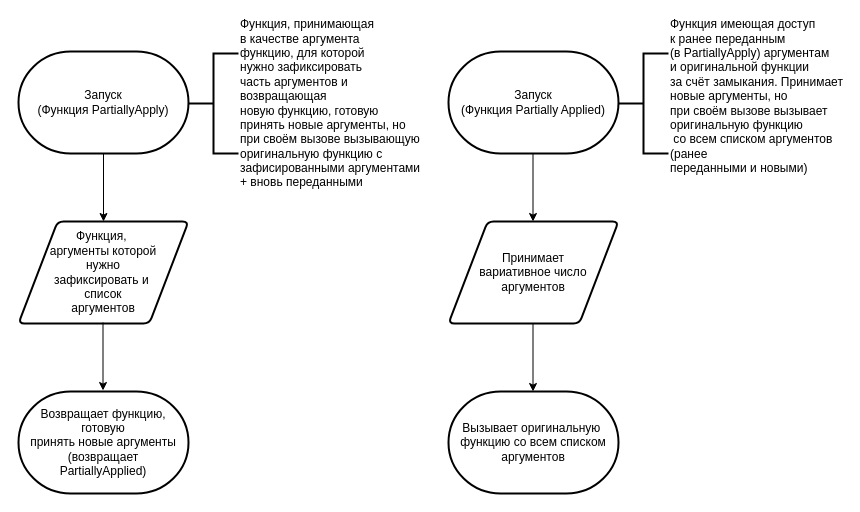
Above: docs/fp-patterns/flowcharts/partial-application.drawio in evgenylyozin/patterns (draw.io), before the change. Source tidied: cells renumbered, new cells numbered last; positions are measured from the earlier drawing's top-left corner, leaving out a move shared by most shapes. Both pictures are drawn from the tidied source at 100%, with x=0, y=0 at pixel (18, 51).
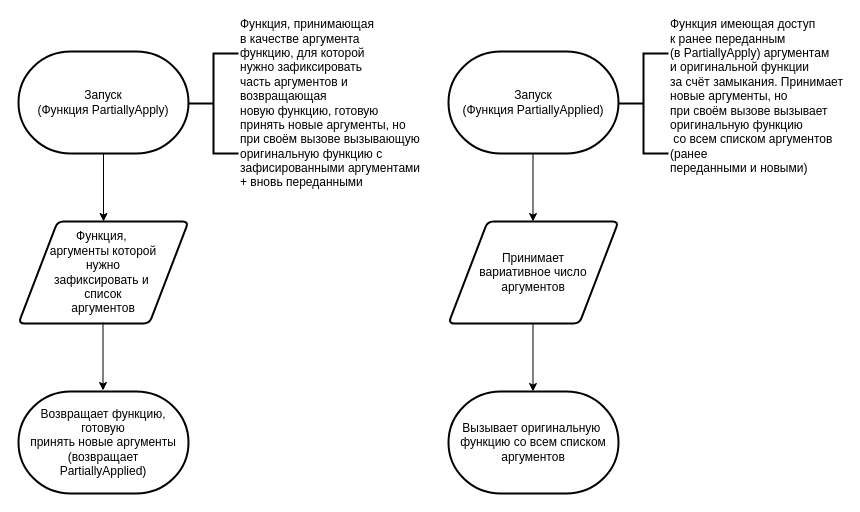
The same diagram, later.

Commit message (it also covers changes not shown here):
Исправить опечатку в наименовании функции

What changed in the source:
```diff
@@
 <mxGraphModel>
   <root>
     <mxCell id="0" />
     <mxCell id="1" parent="0" />
     <mxCell id="2" value="Запуск&lt;br&gt;(Функция PartiallyApply)" style="strokeWidth=2;html=1;shape=mxgraph.flowchart.terminator;whiteSpace=wrap;" parent="1" vertex="1">
       <mxGeometry width="170" height="102" as="geometry" />
     </mxCell>
     <mxCell id="3" value="Функция,&amp;nbsp;&lt;br&gt;аргументы которой&lt;br&gt;нужно&lt;br&gt;зафиксировать и&amp;nbsp;&lt;br&gt;список&lt;br&gt;аргументов" style="shape=parallelogram;html=1;strokeWidth=2;perimeter=parallelogramPerimeter;whiteSpace=wrap;rounded=1;arcSize=12;size=0.23;" parent="1" vertex="1">
       <mxGeometry y="170" width="170" height="102" as="geometry" />
     </mxCell>
     <mxCell id="4" style="endArrow=classic;html=1;exitX=0.5;exitY=1;exitDx=0;exitDy=0;exitPerimeter=0;entryX=0.5;entryY=0;entryDx=0;entryDy=0;" parent="1" edge="1" source="2" target="3">
       <mxGeometry relative="1" as="geometry" />
     </mxCell>
     <mxCell id="5" value="&lt;span style=&quot;text-align: left;&quot;&gt;Возвращает функцию, готовую&lt;/span&gt;&lt;br style=&quot;text-align: left;&quot;&gt;&lt;span style=&quot;text-align: left;&quot;&gt;принять новые аргументы&lt;/span&gt;&lt;br&gt;(возвращает &lt;br&gt;PartiallyApplied)" style="strokeWidth=2;html=1;shape=mxgraph.flowchart.terminator;whiteSpace=wrap;" parent="1" vertex="1">
       <mxGeometry y="340" width="170" height="102" as="geometry" />
     </mxCell>
     <mxCell id="6" style="endArrow=classic;html=1;exitX=0.5;exitY=1;exitDx=0;exitDy=0;exitPerimeter=0;entryX=0.5;entryY=0;entryDx=0;entryDy=0;" parent="1" edge="1">
       <mxGeometry relative="1" as="geometry">
         <mxPoint x="84.5" y="271" as="sourcePoint" />
         <mxPoint x="84.5" y="339" as="targetPoint" />
       </mxGeometry>
     </mxCell>
     <mxCell id="7" value="Функция, принимающая&lt;br&gt;в качестве аргумента&lt;br&gt;функцию, для которой&lt;br&gt;нужно зафиксировать&lt;br&gt;часть аргументов и&amp;nbsp;&lt;br&gt;возвращающая&amp;nbsp;&lt;br&gt;новую функцию, готовую&lt;br&gt;принять новые аргументы, но&lt;br&gt;при своём вызове вызывающую&lt;br&gt;оригинальную функцию с&amp;nbsp;&lt;br&gt;зафисированными аргументами&lt;br&gt;+ вновь переданными" style="strokeWidth=2;html=1;shape=mxgraph.flowchart.annotation_2;align=left;labelPosition=right;" parent="1" vertex="1">
       <mxGeometry x="170" y="2" width="50" height="100" as="geometry" />
     </mxCell>
-    <mxCell id="8" value="Запуск&lt;br&gt;(Функция Partially Applied)" style="strokeWidth=2;html=1;shape=mxgraph.flowchart.terminator;whiteSpace=wrap;" parent="1" vertex="1">
+    <mxCell id="8" value="Запуск&lt;br&gt;(Функция PartiallyApplied)" style="strokeWidth=2;html=1;shape=mxgraph.flowchart.terminator;whiteSpace=wrap;" parent="1" vertex="1">
       <mxGeometry x="430" width="170" height="102" as="geometry" />
     </mxCell>
     <mxCell id="9" style="endArrow=classic;html=1;exitX=0.5;exitY=1;exitDx=0;exitDy=0;exitPerimeter=0;entryX=0.5;entryY=0;entryDx=0;entryDy=0;" parent="1" edge="1">
       <mxGeometry relative="1" as="geometry">
         <mxPoint x="514.5" y="102" as="sourcePoint" />
         <mxPoint x="514.5" y="170" as="targetPoint" />
       </mxGeometry>
     </mxCell>
     <mxCell id="10" value="Принимает&lt;br&gt;вариативное число&lt;br&gt;аргументов" style="shape=parallelogram;html=1;strokeWidth=2;perimeter=parallelogramPerimeter;whiteSpace=wrap;rounded=1;arcSize=12;size=0.23;" parent="1" vertex="1">
       <mxGeometry x="430" y="170" width="170" height="102" as="geometry" />
     </mxCell>
     <mxCell id="11" value="Функция имеющая доступ&lt;br&gt;к ранее переданным &lt;br&gt;(в PartiallyApply) аргументам&lt;br&gt;и оригинальной функции &lt;br&gt;за счёт замыкания. Принимает&lt;br&gt;новые аргументы, но&lt;br&gt;при своём вызове вызывает&lt;br&gt;оригинальную функцию&lt;br&gt;&amp;nbsp;со всем списком аргументов &lt;br&gt;(ранее&amp;nbsp;&lt;br&gt;переданными и новыми)&lt;br&gt;&amp;nbsp;" style="strokeWidth=2;html=1;shape=mxgraph.flowchart.annotation_2;align=left;labelPosition=right;" parent="1" vertex="1">
       <mxGeometry x="600" y="2" width="50" height="100" as="geometry" />
     </mxCell>
     <mxCell id="12" style="endArrow=classic;html=1;exitX=0.5;exitY=1;exitDx=0;exitDy=0;exitPerimeter=0;entryX=0.5;entryY=0;entryDx=0;entryDy=0;" parent="1" edge="1">
       <mxGeometry relative="1" as="geometry">
         <mxPoint x="514.5" y="272" as="sourcePoint" />
         <mxPoint x="514.5" y="340" as="targetPoint" />
       </mxGeometry>
     </mxCell>
     <mxCell id="13" value="Вызывает оригинальную&amp;nbsp;&lt;br&gt;функцию со всем списком аргументов" style="strokeWidth=2;html=1;shape=mxgraph.flowchart.terminator;whiteSpace=wrap;" parent="1" vertex="1">
       <mxGeometry x="430" y="340" width="170" height="102" as="geometry" />
     </mxCell>
   </root>
 </mxGraphModel>
```
